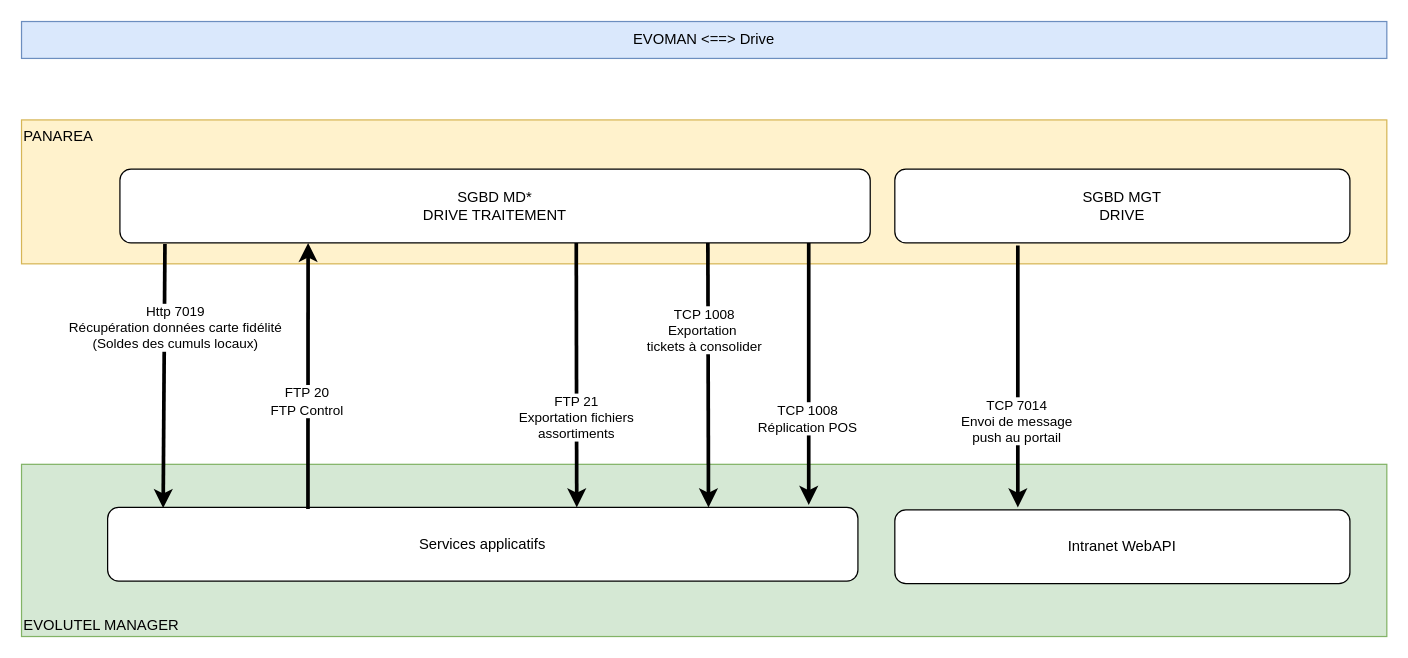
Before: page "EVOMAN-Drive" (2 of 5) of Untitled Diagram2.drawio in aderty/cahierdevie, a draw.io diagram. Source tidied: cells renumbered, new cells numbered last; positions are measured from the earlier drawing's top-left corner, leaving out a move shared by most shapes. Both pictures are drawn from the tidied source at 123%, with x=0, y=0 at pixel (21, 21).
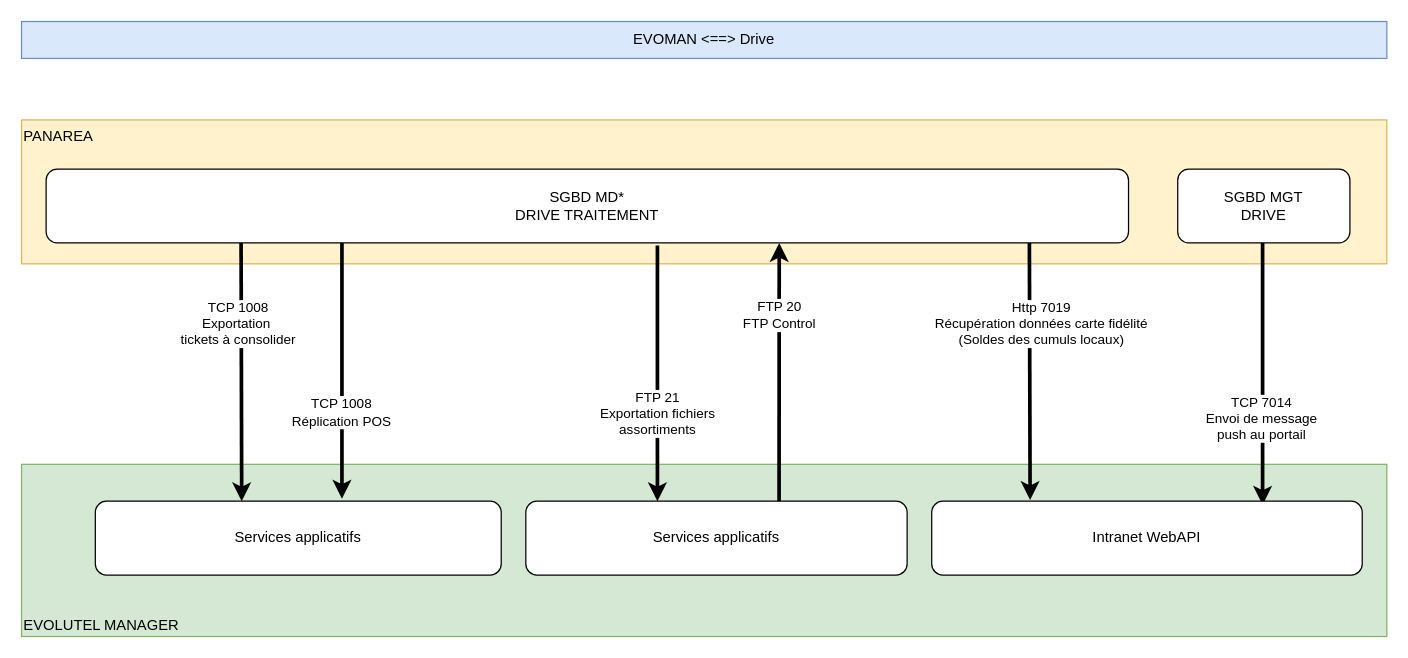
The same diagram, later.

The edit, as a diff of the source:
```diff
@@
-    <mxCell id="5" value="Http 7019&lt;br&gt;Récupération données carte fidélité&lt;br&gt;(Soldes des cumuls locaux)" style="endArrow=classic;html=1;strokeWidth=3;entryX=0.074;entryY=0.009;entryDx=0;entryDy=0;entryPerimeter=0;exitX=0.06;exitY=1.016;exitDx=0;exitDy=0;exitPerimeter=0;" parent="1" edge="1" source="10" target="6">
-      <mxGeometry x="-0.37" y="9" relative="1" as="geometry" />
+    <mxCell id="5" value="Http 7019&lt;br&gt;Récupération données carte fidélité&lt;br&gt;(Soldes des cumuls locaux)" style="endArrow=classic;html=1;strokeWidth=3;entryX=0.381;entryY=-0.017;entryDx=0;entryDy=0;entryPerimeter=0;exitX=0.955;exitY=1;exitDx=0;exitDy=0;exitPerimeter=0;" parent="1" edge="1">
+      <mxGeometry x="-0.37" y="9" relative="1" as="geometry">
+        <mxPoint x="819.4" y="180" as="sourcePoint" />
+        <mxPoint x="820" y="389" as="targetPoint" />
+      </mxGeometry>
     </mxCell>
     <mxCell id="6" value="Services applicatifs" style="rounded=1;whiteSpace=wrap;html=1;align=center;" parent="1" vertex="1">
-      <mxGeometry x="70" y="395" width="610" height="60" as="geometry" />
+      <mxGeometry x="60" y="390" width="330" height="60" as="geometry" />
     </mxCell>
-    <mxCell id="7" value="FTP 21&lt;br&gt;Exportation fichiers &lt;br&gt;assortiments" style="endArrow=classic;html=1;strokeWidth=3;entryX=0.285;entryY=0.033;entryDx=0;entryDy=0;entryPerimeter=0;" parent="1" edge="1">
+    <mxCell id="7" value="FTP 21&lt;br&gt;Exportation fichiers &lt;br&gt;assortiments" style="endArrow=classic;html=1;strokeWidth=3;entryX=0.5;entryY=0;entryDx=0;entryDy=0;" parent="1" edge="1">
       <mxGeometry x="0.32" relative="1" as="geometry">
-        <mxPoint x="451" y="180" as="sourcePoint" />
-        <mxPoint x="451.4" y="395" as="targetPoint" />
+        <mxPoint x="517" y="182" as="sourcePoint" />
+        <mxPoint x="517" y="390" as="targetPoint" />
       </mxGeometry>
     </mxCell>
     <mxCell id="8" value="TCP 1008&lt;br&gt;Exportation&amp;nbsp;&lt;br&gt;tickets à consolider" style="endArrow=classic;html=1;strokeWidth=3;" parent="1" edge="1">
       <mxGeometry x="-0.34" y="-3" relative="1" as="geometry">
-        <mxPoint x="558" y="180" as="sourcePoint" />
-        <mxPoint x="558.5" y="395" as="targetPoint" />
+        <mxPoint x="178.5" y="175" as="sourcePoint" />
+        <mxPoint x="179" y="390" as="targetPoint" />
       </mxGeometry>
     </mxCell>
     <mxCell id="9" value="TCP 1008&lt;br&gt;Réplication POS" style="endArrow=classic;html=1;strokeWidth=3;" parent="1" edge="1">
       <mxGeometry x="0.34" y="-1" relative="1" as="geometry">
-        <mxPoint x="640" y="180" as="sourcePoint" />
-        <mxPoint x="640" y="393" as="targetPoint" />
+        <mxPoint x="260.5" y="175" as="sourcePoint" />
+        <mxPoint x="260.5" y="388" as="targetPoint" />
       </mxGeometry>
     </mxCell>
     <mxCell id="10" value="SGBD&amp;nbsp;&lt;span&gt;MD*&lt;br&gt;&lt;/span&gt;DRIVE TRAITEMENT" style="rounded=1;whiteSpace=wrap;html=1;align=center;" parent="1" vertex="1">
-      <mxGeometry x="80" y="120" width="610" height="60" as="geometry" />
+      <mxGeometry x="20" y="120" width="880" height="60" as="geometry" />
     </mxCell>
     <mxCell id="11" value="SGBD&amp;nbsp;&lt;span&gt;MGT&lt;br&gt;&lt;/span&gt;DRIVE" style="rounded=1;whiteSpace=wrap;html=1;align=center;" parent="1" vertex="1">
-      <mxGeometry x="710" y="120" width="370" height="60" as="geometry" />
+      <mxGeometry x="940" y="120" width="140" height="60" as="geometry" />
     </mxCell>
     <mxCell id="12" value="TCP 7014&lt;br&gt;Envoi de message &lt;br&gt;push au portail" style="endArrow=classic;html=1;strokeWidth=3;" parent="1" edge="1">
       <mxGeometry x="0.34" y="-1" relative="1" as="geometry">
-        <mxPoint x="810" y="182" as="sourcePoint" />
-        <mxPoint x="810" y="395" as="targetPoint" />
+        <mxPoint x="1009" y="180" as="sourcePoint" />
+        <mxPoint x="1009" y="393" as="targetPoint" />
       </mxGeometry>
     </mxCell>
-    <mxCell id="13" value="FTP 20&lt;br&gt;FTP Control" style="endArrow=classic;html=1;strokeWidth=3;exitX=0.267;exitY=0.021;exitDx=0;exitDy=0;exitPerimeter=0;" parent="1" edge="1" source="6">
-      <mxGeometry x="-0.2" y="1" relative="1" as="geometry">
-        <mxPoint x="233" y="180" as="targetPoint" />
+    <mxCell id="13" value="FTP 20&lt;br&gt;FTP Control" style="endArrow=classic;html=1;strokeWidth=3;exitX=0.841;exitY=0.033;exitDx=0;exitDy=0;exitPerimeter=0;" parent="1" edge="1">
+      <mxGeometry x="0.43" relative="1" as="geometry">
+        <mxPoint x="615.9" y="392" as="sourcePoint" />
+        <mxPoint x="616" y="180" as="targetPoint" />
+        <mxPoint y="-1" as="offset" />
       </mxGeometry>
     </mxCell>
     <mxCell id="14" value="Intranet WebAPI" style="rounded=1;whiteSpace=wrap;html=1;align=center;" parent="1" vertex="1">
-      <mxGeometry x="710" y="397" width="370" height="60" as="geometry" />
+      <mxGeometry x="740" y="390" width="350" height="60" as="geometry" />
     </mxCell>
+    <mxCell id="15" value="Services applicatifs" style="rounded=1;whiteSpace=wrap;html=1;align=center;" parent="1" vertex="1">
+      <mxGeometry x="410" y="390" width="310" height="60" as="geometry" />
+    </mxCell>
```
